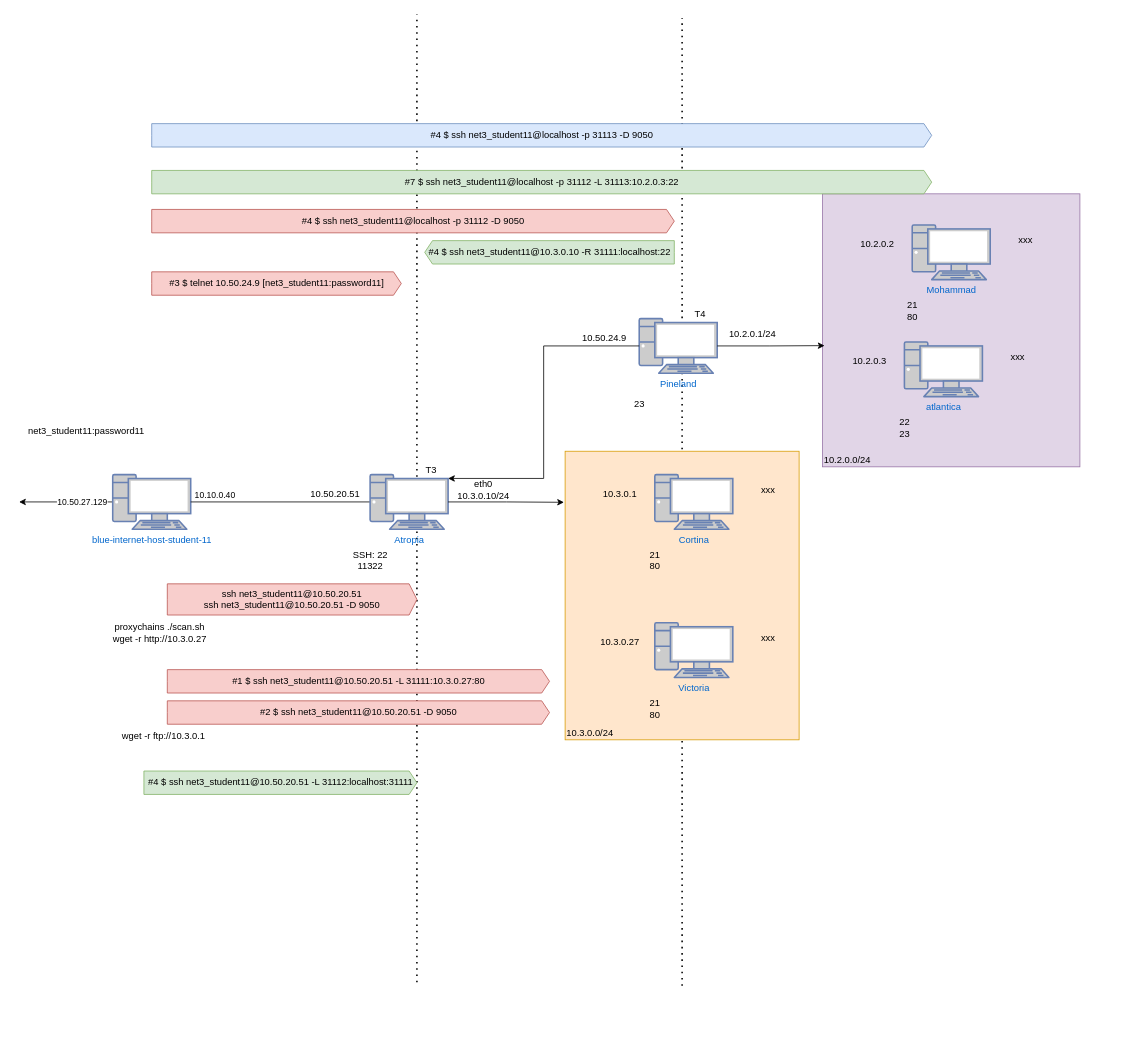
Before: CCTC/NET/Tunnels_Training.drawio in wifi96h/new, a draw.io diagram. Source tidied: cells renumbered, new cells numbered last; positions are measured from the earlier drawing's top-left corner, leaving out a move shared by most shapes. Both pictures are drawn from the tidied source at 78%, with x=0, y=0 at pixel (19, 14).
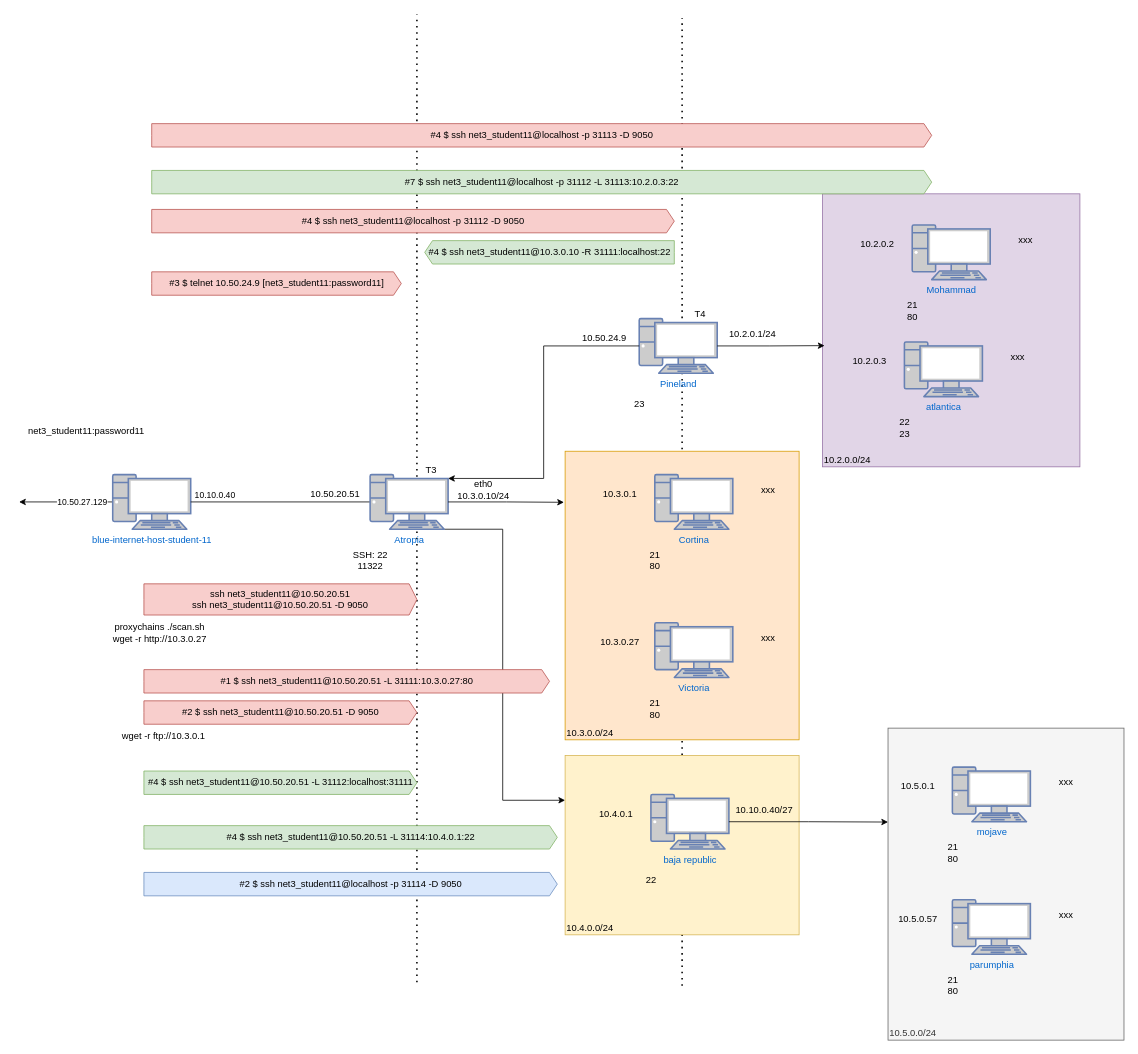
The same page after the edit.

The change refers to these unchanged cells:
```xml
<mxCell id="16" value="Atropia&lt;div&gt;&lt;br&gt;&lt;/div&gt;" style="fontColor=#0066CC;verticalAlign=top;verticalLabelPosition=bottom;labelPosition=center;align=center;html=1;outlineConnect=0;fillColor=#CCCCCC;strokeColor=#6881B3;gradientColor=none;gradientDirection=north;strokeWidth=2;shape=mxgraph.networks.pc;" parent="15" vertex="1">
  <mxGeometry x="35" width="100" height="70" as="geometry" />
</mxCell>
```

Diff of the diagram source:
```diff
@@
+    <mxCell id="64" style="edgeStyle=orthogonalEdgeStyle;rounded=0;jettySize=auto;html=1;exitX=0.95;exitY=1;exitDx=0;exitDy=0;exitPerimeter=0;entryX=0;entryY=0.25;entryDx=0;entryDy=0;" parent="1" edge="1" source="16" target="65">
+      <mxGeometry relative="1" as="geometry">
+        <Array as="points">
+          <mxPoint x="620" y="660" />
+          <mxPoint x="620" y="1008" />
+        </Array>
+      </mxGeometry>
+    </mxCell>
@@
     <mxCell id="12" value="ssh&amp;nbsp;&lt;span style=&quot;text-align: left; text-wrap: wrap;&quot;&gt;net3_student11@10.50.20.51&lt;/span&gt;&lt;div&gt;&lt;span style=&quot;text-align: left; text-wrap: wrap;&quot;&gt;ssh&amp;nbsp;&lt;/span&gt;&lt;span style=&quot;text-align: left; text-wrap: wrap; background-color: initial;&quot;&gt;net3_student11@10.50.20.51 -D 9050&lt;/span&gt;&lt;/div&gt;" style="html=1;shadow=0;dashed=0;align=center;verticalAlign=middle;shape=mxgraph.arrows2.arrow;dy=0;dx=10;notch=0;whiteSpace=wrap;fillColor=#f8cecc;strokeColor=#b85450;" parent="1" vertex="1">
-      <mxGeometry x="190" y="730" width="320" height="40" as="geometry" />
+      <mxGeometry x="160" y="730" width="350" height="40" as="geometry" />
     </mxCell>
@@
     <mxCell id="41" value="#1 $ ssh net3_student11@10.50.20.51 -L 31111:10.3.0.27:80" style="html=1;shadow=0;dashed=0;align=center;verticalAlign=middle;shape=mxgraph.arrows2.arrow;dy=0;dx=10;notch=0;fillColor=#f8cecc;strokeColor=#b85450;" parent="1" vertex="1">
-      <mxGeometry x="190" y="840" width="490" height="30" as="geometry" />
+      <mxGeometry x="160" y="840" width="520" height="30" as="geometry" />
     </mxCell>
     <mxCell id="42" value="#2 $ ssh net3_student11@10.50.20.51 -D 9050" style="html=1;shadow=0;dashed=0;align=center;verticalAlign=middle;shape=mxgraph.arrows2.arrow;dy=0;dx=10;notch=0;fillColor=#f8cecc;strokeColor=#b85450;" parent="1" vertex="1">
-      <mxGeometry x="190" y="880" width="490" height="30" as="geometry" />
+      <mxGeometry x="160" y="880" width="350" height="30" as="geometry" />
     </mxCell>
@@
-    <mxCell id="63" value="#4 $ ssh net3_student11@localhost -p 31113 -D 9050" style="html=1;shadow=0;dashed=0;align=center;verticalAlign=middle;shape=mxgraph.arrows2.arrow;dy=0;dx=10;notch=0;fillColor=#dae8fc;strokeColor=#6c8ebf;" parent="1" vertex="1">
+    <mxCell id="63" value="#4 $ ssh net3_student11@localhost -p 31113 -D 9050" style="html=1;shadow=0;dashed=0;align=center;verticalAlign=middle;shape=mxgraph.arrows2.arrow;dy=0;dx=10;notch=0;fillColor=#f8cecc;strokeColor=#b85450;" parent="1" vertex="1">
       <mxGeometry x="170" y="140" width="1000" height="30" as="geometry" />
     </mxCell>
+    <mxCell id="65" value="10.4.0.0/24" style="whiteSpace=wrap;html=1;fillColor=#fff2cc;strokeColor=#d6b656;verticalAlign=bottom;align=left;" parent="1" vertex="1">
+      <mxGeometry x="700" y="950" width="300" height="230" as="geometry" />
+    </mxCell>
+    <mxCell id="66" value="10.5.0.0/24" style="whiteSpace=wrap;html=1;fillColor=#f5f5f5;strokeColor=#666666;verticalAlign=bottom;align=left;fontColor=#333333;" parent="1" vertex="1">
+      <mxGeometry x="1114" y="915" width="302.5" height="400" as="geometry" />
+    </mxCell>
+    <mxCell id="67" style="group;" parent="1" vertex="1">
+      <mxGeometry x="775" y="980" width="230" height="150" as="geometry" />
+    </mxCell>
+    <mxCell id="68" style="group;" parent="67" vertex="1">
+      <mxGeometry y="20" width="230" height="130" as="geometry" />
+    </mxCell>
+    <mxCell id="69" value="baja republic" style="fontColor=#0066CC;verticalAlign=top;verticalLabelPosition=bottom;labelPosition=center;align=center;html=1;outlineConnect=0;fillColor=#CCCCCC;strokeColor=#6881B3;gradientColor=none;gradientDirection=north;strokeWidth=2;shape=mxgraph.networks.pc;" parent="68" vertex="1">
+      <mxGeometry x="35" width="100" height="70" as="geometry" />
+    </mxCell>
+    <mxCell id="70" value="22" style="text;html=1;align=center;verticalAlign=middle;strokeColor=none;fillColor=none;" parent="68" vertex="1">
+      <mxGeometry x="15" y="95" width="40" height="30" as="geometry" />
+    </mxCell>
+    <mxCell id="71" value="10.10.0.40/27" style="text;html=1;align=center;verticalAlign=middle;strokeColor=none;fillColor=none;" parent="68" vertex="1">
+      <mxGeometry x="130" y="5" width="100" height="30" as="geometry" />
+    </mxCell>
+    <mxCell id="72" value="10.4.0.1" style="text;html=1;align=center;verticalAlign=middle;strokeColor=none;fillColor=none;" parent="68" vertex="1">
+      <mxGeometry x="-45" y="10" width="70" height="30" as="geometry" />
+    </mxCell>
+    <mxCell id="73" value="#4 $ ssh net3_student11@10.50.20.51 -L 31114:10.4.0.1:22" style="html=1;shadow=0;dashed=0;align=center;verticalAlign=middle;shape=mxgraph.arrows2.arrow;dy=0;dx=10;notch=0;fillColor=#d5e8d4;strokeColor=#82b366;" parent="1" vertex="1">
+      <mxGeometry x="160" y="1040" width="530" height="30" as="geometry" />
+    </mxCell>
+    <mxCell id="74" value="#2 $ ssh net3_student11@localhost -p 31114 -D 9050" style="html=1;shadow=0;dashed=0;align=center;verticalAlign=middle;shape=mxgraph.arrows2.arrow;dy=0;dx=10;notch=0;fillColor=#dae8fc;strokeColor=#6c8ebf;" parent="1" vertex="1">
+      <mxGeometry x="160" y="1100" width="530" height="30" as="geometry" />
+    </mxCell>
+    <mxCell id="75" style="group;" parent="1" vertex="1">
+      <mxGeometry x="1161.5" y="945" width="225" height="150" as="geometry" />
+    </mxCell>
+    <mxCell id="76" style="group;" parent="75" vertex="1">
+      <mxGeometry y="20" width="225" height="130" as="geometry" />
+    </mxCell>
+    <mxCell id="77" value="mojave" style="fontColor=#0066CC;verticalAlign=top;verticalLabelPosition=bottom;labelPosition=center;align=center;html=1;fillColor=#CCCCCC;strokeColor=#6881B3;gradientColor=none;gradientDirection=north;strokeWidth=2;shape=mxgraph.networks.pc;" parent="76" vertex="1">
+      <mxGeometry x="35" width="100" height="70" as="geometry" />
+    </mxCell>
+    <mxCell id="78" value="21&lt;div&gt;80&lt;/div&gt;" style="text;html=1;align=center;verticalAlign=middle;strokeColor=none;fillColor=none;" parent="76" vertex="1">
+      <mxGeometry x="15" y="90" width="40" height="40" as="geometry" />
+    </mxCell>
+    <mxCell id="79" value="xxx" style="text;html=1;align=center;verticalAlign=middle;strokeColor=none;fillColor=none;" parent="76" vertex="1">
+      <mxGeometry x="160" y="5" width="40" height="30" as="geometry" />
+    </mxCell>
+    <mxCell id="80" value="10.5.0.1" style="text;html=1;align=center;verticalAlign=middle;strokeColor=none;fillColor=none;" parent="76" vertex="1">
+      <mxGeometry x="-45" y="10" width="70" height="30" as="geometry" />
+    </mxCell>
+    <mxCell id="81" style="group;" parent="1" vertex="1">
+      <mxGeometry x="1161.5" y="1115" width="225" height="150" as="geometry" />
+    </mxCell>
+    <mxCell id="82" style="group;" parent="81" vertex="1">
+      <mxGeometry y="20" width="225" height="130" as="geometry" />
+    </mxCell>
+    <mxCell id="83" value="parumphia" style="fontColor=#0066CC;verticalAlign=top;verticalLabelPosition=bottom;labelPosition=center;align=center;html=1;fillColor=#CCCCCC;strokeColor=#6881B3;gradientColor=none;gradientDirection=north;strokeWidth=2;shape=mxgraph.networks.pc;" parent="82" vertex="1">
+      <mxGeometry x="35" width="100" height="70" as="geometry" />
+    </mxCell>
+    <mxCell id="84" value="21&lt;div&gt;80&lt;/div&gt;" style="text;html=1;align=center;verticalAlign=middle;strokeColor=none;fillColor=none;" parent="82" vertex="1">
+      <mxGeometry x="15" y="90" width="40" height="40" as="geometry" />
+    </mxCell>
+    <mxCell id="85" value="xxx" style="text;html=1;align=center;verticalAlign=middle;strokeColor=none;fillColor=none;" parent="82" vertex="1">
+      <mxGeometry x="160" y="5" width="40" height="30" as="geometry" />
+    </mxCell>
+    <mxCell id="86" value="10.5.0.57" style="text;html=1;align=center;verticalAlign=middle;strokeColor=none;fillColor=none;" parent="82" vertex="1">
+      <mxGeometry x="-45" y="10" width="70" height="30" as="geometry" />
+    </mxCell>
+    <mxCell id="87" style="edgeStyle=orthogonalEdgeStyle;rounded=0;jettySize=auto;html=1;exitX=1;exitY=0.5;exitDx=0;exitDy=0;exitPerimeter=0;entryX=0;entryY=0.301;entryDx=0;entryDy=0;entryPerimeter=0;" parent="1" edge="1" source="69" target="66">
+      <mxGeometry relative="1" as="geometry" />
+    </mxCell>
```
